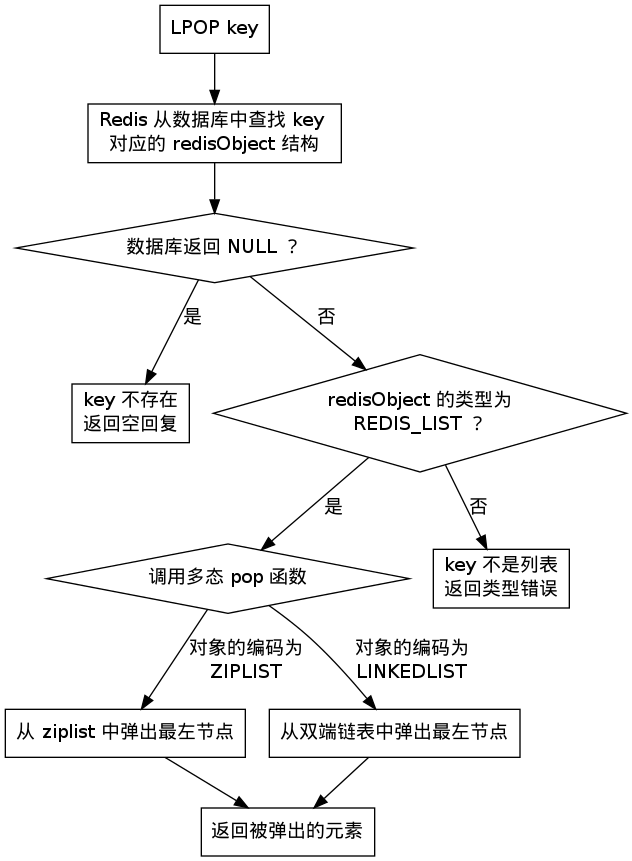
huangzworks/redisbook keeps this Graphviz diagram as datatype/image/command_poly.png. Above is the earlier version. Its source is kept beside it as datatype/image/command_poly.dot.
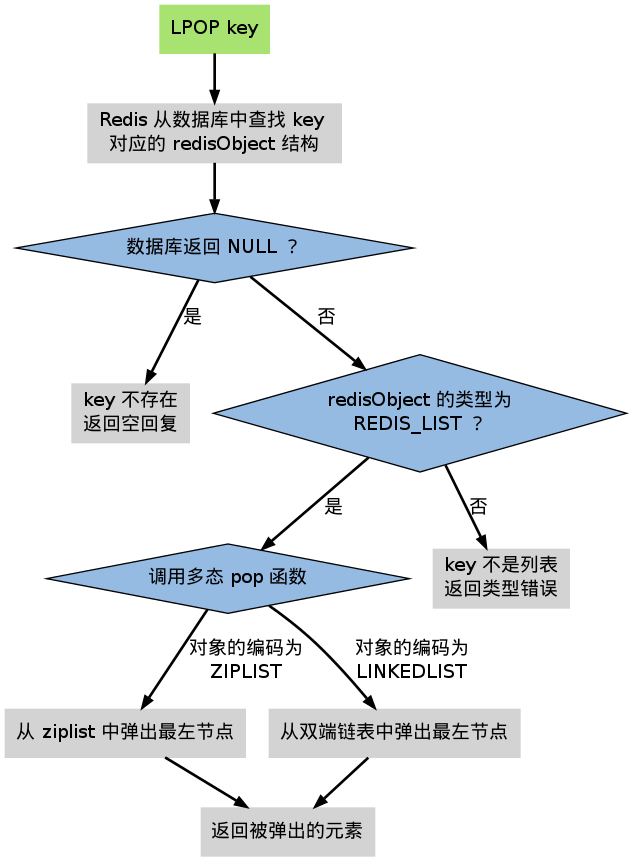
The same file after the commit.

Change to the diagram source:
```diff
@@ -1,17 +1,20 @@
 digraph command_poly {
-    node [shape=box];
 
-    lpop [label="LPOP key"];
+    node [shape=plaintext, style = filled];
+
+    edge [style = bold];
+
+    lpop [label="LPOP key", fillcolor = "#A8E270"];
 
     get_key_obj_from_db [label="Redis 从数据库中查找 key \n对应的 redisObject 结构"];
 
-    is_obj_nil_or_not [label="数据库返回 NULL ？",shape=diamond];
+    is_obj_nil_or_not [label="数据库返回 NULL ？",shape=diamond, fillcolor = "#95BBE3"];
 
     return_nil [label="key 不存在\n返回空回复"];
 
-    is_type_list_or_not [label="redisObject 的类型为\nREDIS_LIST ？",shape=diamond];
+    is_type_list_or_not [label="redisObject 的类型为\nREDIS_LIST ？",shape=diamond, fillcolor = "#95BBE3"];
 
-    call_poly_pop_function [label="调用多态 pop 函数", shape=diamond];
+    call_poly_pop_function [label="调用多态 pop 函数", shape=diamond, fillcolor = "#95BBE3"];
 
     return_type_error [label="key 不是列表\n返回类型错误"];
 
```
